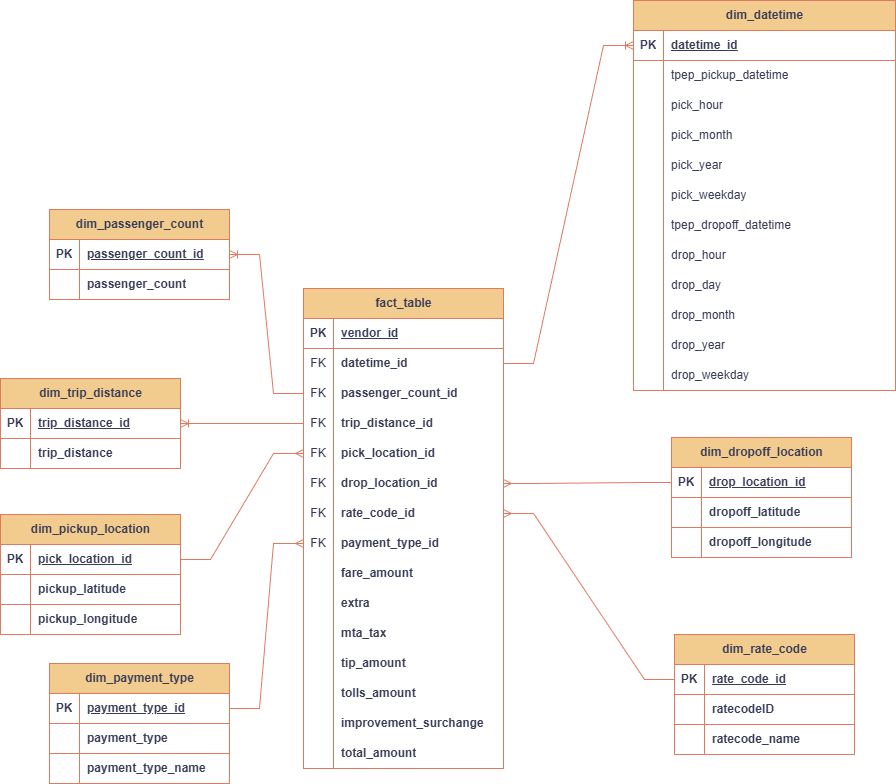
This is schemas/Taxi_DataModel.png from MatteoDiPerna/taxi-analytics, a draw.io export, as it was before one commit. Source tidied: cells renumbered, new cells last; positions are measured from the earlier drawing's top-left corner, leaving out a move shared by most shapes.
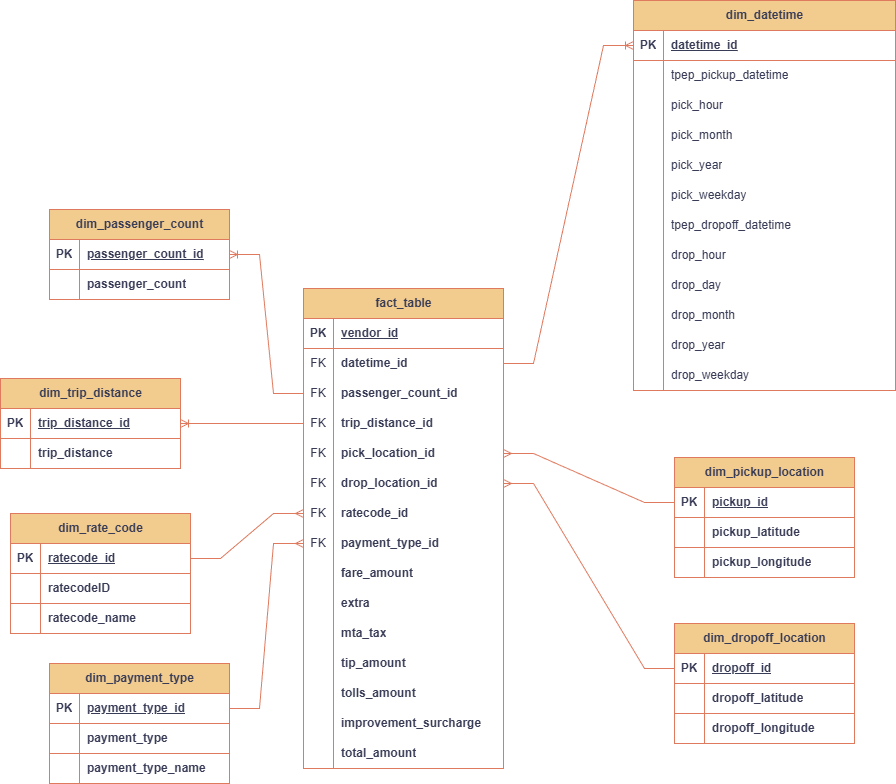
The same file after the commit.

Commit message:
Data Transformation & Data Model Schema

Diff of the diagram source:
```diff
@@ -65,7 +65,7 @@
     <mxCell id="22" value="FK" style="shape=partialRectangle;fillColor=none;top=0;left=0;bottom=0;right=0;overflow=hidden;whiteSpace=wrap;html=1;labelBackgroundColor=none;strokeColor=#E07A5F;fontColor=#393C56;" parent="21" vertex="1">
       <mxGeometry width="30" height="30" as="geometry" />
     </mxCell>
-    <mxCell id="23" value="&lt;span style=&quot;font-weight: 700;&quot;&gt;rate_code_id&lt;/span&gt;" style="shape=partialRectangle;fillColor=none;top=0;left=0;bottom=0;right=0;align=left;spacingLeft=6;overflow=hidden;whiteSpace=wrap;html=1;labelBackgroundColor=none;strokeColor=#E07A5F;fontColor=#393C56;fontStyle=0;" parent="21" vertex="1">
+    <mxCell id="23" value="&lt;span style=&quot;font-weight: 700;&quot;&gt;ratecode_id&lt;/span&gt;" style="shape=partialRectangle;fillColor=none;top=0;left=0;bottom=0;right=0;align=left;spacingLeft=6;overflow=hidden;whiteSpace=wrap;html=1;labelBackgroundColor=none;strokeColor=#E07A5F;fontColor=#393C56;fontStyle=0;" parent="21" vertex="1">
       <mxGeometry x="30" width="170" height="30" as="geometry" />
     </mxCell>
     <mxCell id="24" style="shape=tableRow;horizontal=0;startSize=0;swimlaneHead=0;swimlaneBody=0;fillColor=none;points=[[0,0.5],[1,0.5]];portConstraint=eastwest;top=0;left=0;right=0;bottom=0;labelBackgroundColor=none;strokeColor=#E07A5F;fontColor=#393C56;" parent="2" vertex="1">
@@ -128,7 +128,7 @@
     <mxCell id="43" style="shape=partialRectangle;fillColor=none;top=0;left=0;bottom=0;right=0;overflow=hidden;whiteSpace=wrap;html=1;labelBackgroundColor=none;strokeColor=#E07A5F;fontColor=#393C56;" parent="42" vertex="1">
       <mxGeometry width="30" height="30" as="geometry" />
     </mxCell>
-    <mxCell id="44" value="&lt;span style=&quot;font-weight: 700;&quot;&gt;improvement_surchange&lt;/span&gt;" style="shape=partialRectangle;fillColor=none;top=0;left=0;bottom=0;right=0;align=left;spacingLeft=6;overflow=hidden;whiteSpace=wrap;html=1;labelBackgroundColor=none;strokeColor=#E07A5F;fontColor=#393C56;fontStyle=0;" parent="42" vertex="1">
+    <mxCell id="44" value="&lt;b&gt;improvement_surcharge&lt;/b&gt;" style="shape=partialRectangle;fillColor=none;top=0;left=0;bottom=0;right=0;align=left;spacingLeft=6;overflow=hidden;whiteSpace=wrap;html=1;labelBackgroundColor=none;strokeColor=#E07A5F;fontColor=#393C56;fontStyle=0;" parent="42" vertex="1">
       <mxGeometry x="30" width="170" height="30" as="geometry" />
     </mxCell>
     <mxCell id="45" style="shape=tableRow;horizontal=0;startSize=0;swimlaneHead=0;swimlaneBody=0;fillColor=none;top=0;left=0;right=0;bottom=0;labelBackgroundColor=none;strokeColor=#E07A5F;fontColor=#393C56;" parent="2" vertex="1">
@@ -294,7 +294,7 @@
       <mxGeometry x="30" width="150" height="30" as="geometry" />
     </mxCell>
     <mxCell id="99" value="dim_pickup_location" style="shape=table;startSize=30;rowLines=0;fontStyle=1;align=center;html=1;labelBackgroundColor=none;fillColor=#F2CC8F;strokeColor=#E07A5F;fontColor=#393C56;" parent="1" vertex="1">
-      <mxGeometry y="514" width="180" height="120" as="geometry" />
+      <mxGeometry x="674" y="457" width="180" height="120" as="geometry" />
     </mxCell>
     <mxCell id="100" style="shape=tableRow;horizontal=0;startSize=0;swimlaneHead=0;swimlaneBody=0;fillColor=none;points=[[0,0.5],[1,0.5]];portConstraint=eastwest;top=0;left=0;right=0;bottom=1;labelBackgroundColor=none;strokeColor=#E07A5F;fontColor=#393C56;" parent="99" vertex="1">
       <mxGeometry y="30" width="180" height="30" as="geometry" />
@@ -302,7 +302,7 @@
     <mxCell id="101" value="PK" style="shape=partialRectangle;fillColor=none;top=0;left=0;bottom=0;right=0;fontStyle=1;overflow=hidden;whiteSpace=wrap;html=1;labelBackgroundColor=none;strokeColor=#E07A5F;fontColor=#393C56;" parent="100" vertex="1">
       <mxGeometry width="30" height="30" as="geometry" />
     </mxCell>
-    <mxCell id="102" value="pick_location_id" style="shape=partialRectangle;fillColor=none;top=0;left=0;bottom=0;right=0;align=left;spacingLeft=6;fontStyle=5;overflow=hidden;whiteSpace=wrap;html=1;labelBackgroundColor=none;strokeColor=#E07A5F;fontColor=#393C56;" parent="100" vertex="1">
+    <mxCell id="102" value="pickup_id" style="shape=partialRectangle;fillColor=none;top=0;left=0;bottom=0;right=0;align=left;spacingLeft=6;fontStyle=5;overflow=hidden;whiteSpace=wrap;html=1;labelBackgroundColor=none;strokeColor=#E07A5F;fontColor=#393C56;" parent="100" vertex="1">
       <mxGeometry x="30" width="150" height="30" as="geometry" />
     </mxCell>
     <mxCell id="103" style="shape=tableRow;horizontal=0;startSize=0;swimlaneHead=0;swimlaneBody=0;fillColor=none;top=0;left=0;right=0;bottom=1;labelBackgroundColor=none;strokeColor=#E07A5F;fontColor=#393C56;" parent="99" vertex="1">
@@ -324,7 +324,7 @@
       <mxGeometry x="30" width="150" height="30" as="geometry" />
     </mxCell>
     <mxCell id="109" value="dim_dropoff_location" style="shape=table;startSize=30;rowLines=0;fontStyle=1;align=center;html=1;labelBackgroundColor=none;fillColor=#F2CC8F;strokeColor=#E07A5F;fontColor=#393C56;" parent="1" vertex="1">
-      <mxGeometry x="671" y="437" width="180" height="120" as="geometry" />
+      <mxGeometry x="674" y="623" width="180" height="120" as="geometry" />
     </mxCell>
     <mxCell id="110" style="shape=tableRow;horizontal=0;startSize=0;swimlaneHead=0;swimlaneBody=0;fillColor=none;points=[[0,0.5],[1,0.5]];portConstraint=eastwest;top=0;left=0;right=0;bottom=1;labelBackgroundColor=none;strokeColor=#E07A5F;fontColor=#393C56;" parent="109" vertex="1">
       <mxGeometry y="30" width="180" height="30" as="geometry" />
@@ -332,7 +332,7 @@
     <mxCell id="111" value="PK" style="shape=partialRectangle;fillColor=none;top=0;left=0;bottom=0;right=0;fontStyle=1;overflow=hidden;whiteSpace=wrap;html=1;labelBackgroundColor=none;strokeColor=#E07A5F;fontColor=#393C56;" parent="110" vertex="1">
       <mxGeometry width="30" height="30" as="geometry" />
     </mxCell>
-    <mxCell id="112" value="drop_location_id" style="shape=partialRectangle;fillColor=none;top=0;left=0;bottom=0;right=0;align=left;spacingLeft=6;fontStyle=5;overflow=hidden;whiteSpace=wrap;html=1;labelBackgroundColor=none;strokeColor=#E07A5F;fontColor=#393C56;" parent="110" vertex="1">
+    <mxCell id="112" value="dropoff_id" style="shape=partialRectangle;fillColor=none;top=0;left=0;bottom=0;right=0;align=left;spacingLeft=6;fontStyle=5;overflow=hidden;whiteSpace=wrap;html=1;labelBackgroundColor=none;strokeColor=#E07A5F;fontColor=#393C56;" parent="110" vertex="1">
       <mxGeometry x="30" width="150" height="30" as="geometry" />
     </mxCell>
     <mxCell id="113" style="shape=tableRow;horizontal=0;startSize=0;swimlaneHead=0;swimlaneBody=0;fillColor=none;top=0;left=0;right=0;bottom=1;labelBackgroundColor=none;strokeColor=#E07A5F;fontColor=#393C56;" parent="109" vertex="1">
@@ -362,14 +362,14 @@
     <mxCell id="121" style="edgeStyle=entityRelationEdgeStyle;fontSize=12;html=1;endArrow=ERoneToMany;rounded=0;strokeColor=#E07A5F;fontColor=#393C56;fillColor=#F2CC8F;exitX=0;exitY=0.5;exitDx=0;exitDy=0;entryX=1;entryY=0.5;entryDx=0;entryDy=0;" parent="1" edge="1" source="12" target="93">
       <mxGeometry relative="1" as="geometry" />
     </mxCell>
-    <mxCell id="122" style="edgeStyle=entityRelationEdgeStyle;fontSize=12;html=1;endArrow=ERmany;rounded=0;strokeColor=#E07A5F;fontColor=#393C56;fillColor=#F2CC8F;exitX=1;exitY=0.5;exitDx=0;exitDy=0;entryX=0;entryY=0.5;entryDx=0;entryDy=0;" parent="1" edge="1" source="100" target="15">
+    <mxCell id="122" style="edgeStyle=entityRelationEdgeStyle;fontSize=12;html=1;endArrow=ERmany;rounded=0;strokeColor=#E07A5F;fontColor=#393C56;fillColor=#F2CC8F;exitX=0;exitY=0.5;exitDx=0;exitDy=0;entryX=1;entryY=0.5;entryDx=0;entryDy=0;" parent="1" edge="1" source="100" target="15">
       <mxGeometry relative="1" as="geometry" />
     </mxCell>
     <mxCell id="123" style="edgeStyle=entityRelationEdgeStyle;fontSize=12;html=1;endArrow=ERmany;rounded=0;strokeColor=#E07A5F;fontColor=#393C56;fillColor=#F2CC8F;entryX=1;entryY=0.5;entryDx=0;entryDy=0;exitX=0;exitY=0.5;exitDx=0;exitDy=0;" parent="1" edge="1" source="110" target="18">
       <mxGeometry relative="1" as="geometry" />
     </mxCell>
     <mxCell id="124" value="dim_rate_code" style="shape=table;startSize=30;rowLines=0;fontStyle=1;align=center;html=1;labelBackgroundColor=none;fillColor=#F2CC8F;strokeColor=#E07A5F;fontColor=#393C56;" parent="1" vertex="1">
-      <mxGeometry x="674" y="634" width="180" height="120" as="geometry" />
+      <mxGeometry x="10" y="513" width="180" height="120" as="geometry" />
     </mxCell>
     <mxCell id="125" style="shape=tableRow;horizontal=0;startSize=0;swimlaneHead=0;swimlaneBody=0;fillColor=none;points=[[0,0.5],[1,0.5]];portConstraint=eastwest;top=0;left=0;right=0;bottom=1;labelBackgroundColor=none;strokeColor=#E07A5F;fontColor=#393C56;" parent="124" vertex="1">
       <mxGeometry y="30" width="180" height="30" as="geometry" />
@@ -377,7 +377,7 @@
     <mxCell id="126" value="PK" style="shape=partialRectangle;fillColor=none;top=0;left=0;bottom=0;right=0;fontStyle=1;overflow=hidden;whiteSpace=wrap;html=1;labelBackgroundColor=none;strokeColor=#E07A5F;fontColor=#393C56;" parent="125" vertex="1">
       <mxGeometry width="30" height="30" as="geometry" />
     </mxCell>
-    <mxCell id="127" value="rate_code_id" style="shape=partialRectangle;fillColor=none;top=0;left=0;bottom=0;right=0;align=left;spacingLeft=6;fontStyle=5;overflow=hidden;whiteSpace=wrap;html=1;labelBackgroundColor=none;strokeColor=#E07A5F;fontColor=#393C56;" parent="125" vertex="1">
+    <mxCell id="127" value="ratecode_id" style="shape=partialRectangle;fillColor=none;top=0;left=0;bottom=0;right=0;align=left;spacingLeft=6;fontStyle=5;overflow=hidden;whiteSpace=wrap;html=1;labelBackgroundColor=none;strokeColor=#E07A5F;fontColor=#393C56;" parent="125" vertex="1">
       <mxGeometry x="30" width="150" height="30" as="geometry" />
     </mxCell>
     <mxCell id="128" style="shape=tableRow;horizontal=0;startSize=0;swimlaneHead=0;swimlaneBody=0;fillColor=none;top=0;left=0;right=0;bottom=1;labelBackgroundColor=none;strokeColor=#E07A5F;fontColor=#393C56;" parent="124" vertex="1">
@@ -398,7 +398,7 @@
     <mxCell id="133" value="ratecode_name" style="shape=partialRectangle;fillColor=none;top=0;left=0;bottom=0;right=0;align=left;spacingLeft=6;fontStyle=1;overflow=hidden;whiteSpace=wrap;html=1;labelBackgroundColor=none;strokeColor=#E07A5F;fontColor=#393C56;" parent="131" vertex="1">
       <mxGeometry x="30" width="150" height="30" as="geometry" />
     </mxCell>
-    <mxCell id="134" style="edgeStyle=entityRelationEdgeStyle;fontSize=12;html=1;endArrow=ERmany;rounded=0;strokeColor=#E07A5F;fontColor=#393C56;fillColor=#F2CC8F;entryX=1;entryY=0.5;entryDx=0;entryDy=0;exitX=0;exitY=0.5;exitDx=0;exitDy=0;" parent="1" edge="1" source="125" target="21">
+    <mxCell id="134" style="edgeStyle=entityRelationEdgeStyle;fontSize=12;html=1;endArrow=ERmany;rounded=0;strokeColor=#E07A5F;fontColor=#393C56;fillColor=#F2CC8F;exitX=1;exitY=0.5;exitDx=0;exitDy=0;entryX=0;entryY=0.5;entryDx=0;entryDy=0;" parent="1" edge="1" source="125" target="21">
       <mxGeometry relative="1" as="geometry" />
     </mxCell>
     <mxCell id="135" value="dim_payment_type" style="shape=table;startSize=30;rowLines=0;fontStyle=1;align=center;html=1;labelBackgroundColor=none;fillColor=#F2CC8F;strokeColor=#E07A5F;fontColor=#393C56;" parent="1" vertex="1">
```
